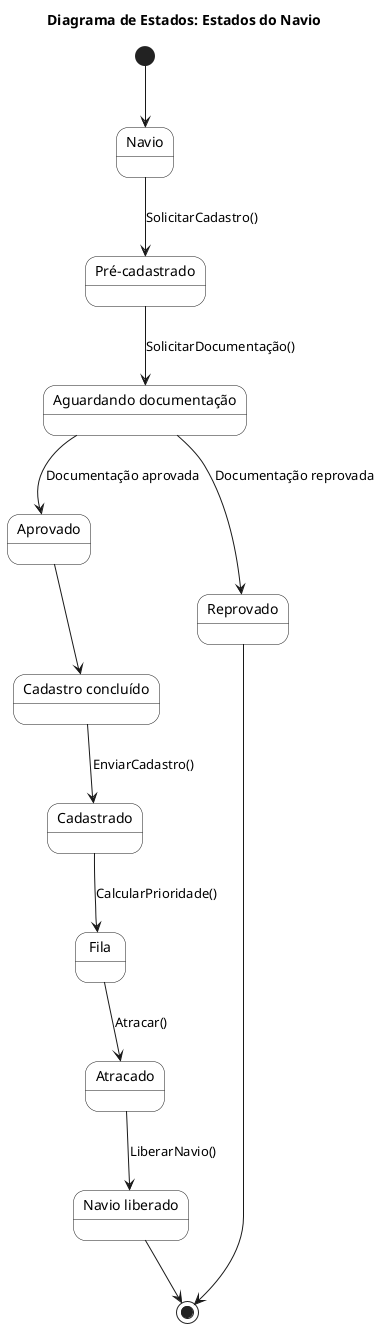
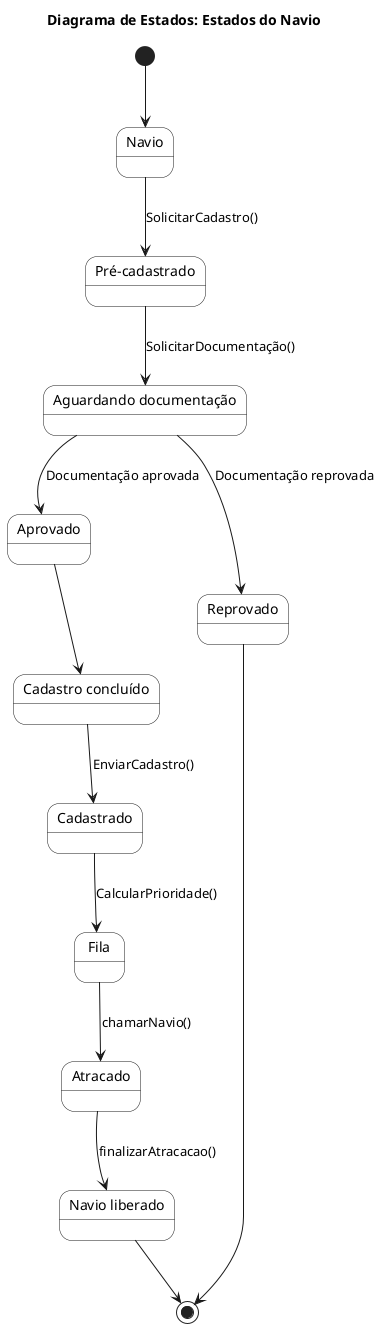
@startuml
title Diagrama de Estados: Estados do Navio

skinparam state {
    RoundCorner 20
    BackgroundColor White
    }

state Navio
state "Pré-cadastrado" as PreCadastrado
state "Aguardando documentação" as AguardandoDoc
state "Cadastro concluído" as CadastroConcluido
state "Navio liberado" as NavioLiberado

[*] --> Navio

Navio --> PreCadastrado : SolicitarCadastro()

PreCadastrado --> AguardandoDoc : SolicitarDocumentação()

AguardandoDoc --> Aprovado : Documentação aprovada
AguardandoDoc --> Reprovado : Documentação reprovada

Reprovado --> [*]

Aprovado --> CadastroConcluido

CadastroConcluido --> Cadastrado : EnviarCadastro()

Cadastrado --> Fila : CalcularPrioridade()

- Fila --> Atracado : Atracar()
+ Fila --> Atracado : chamarNavio()

- Atracado --> NavioLiberado : LiberarNavio()
+ Atracado --> NavioLiberado : finalizarAtracacao()

NavioLiberado --> [*]

@enduml
